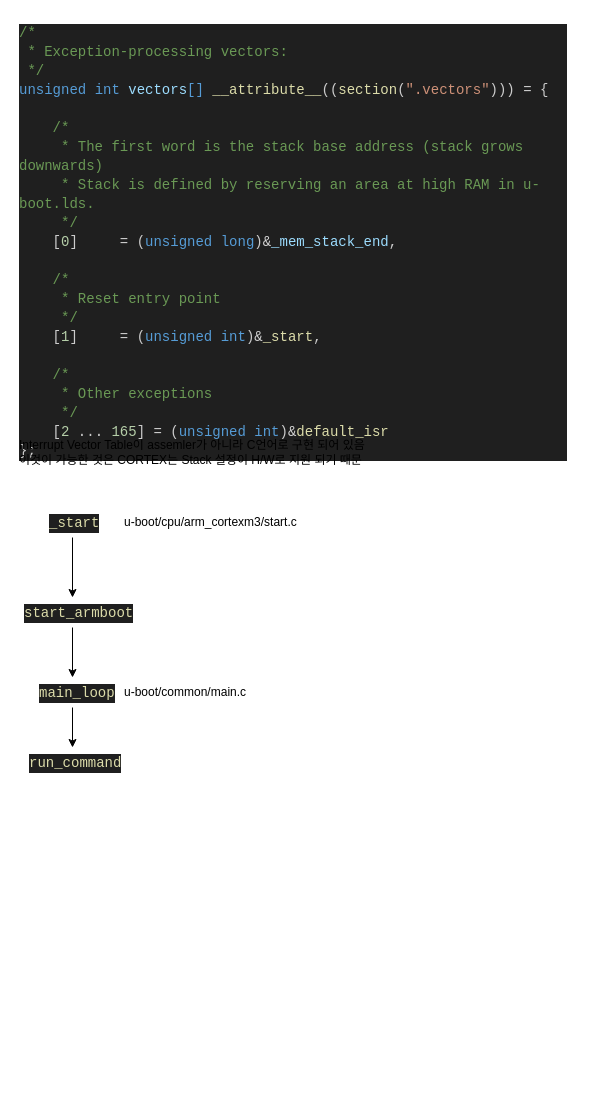
Before: u-boot source 분석.drawio in BongSeok/STM32_LINUX, a draw.io diagram. Source tidied: cells renumbered, new cells numbered last; positions are measured from the earlier drawing's top-left corner, leaving out a move shared by most shapes. Both pictures are drawn from the tidied source at 100%, with x=0, y=0 at pixel (17, 17).
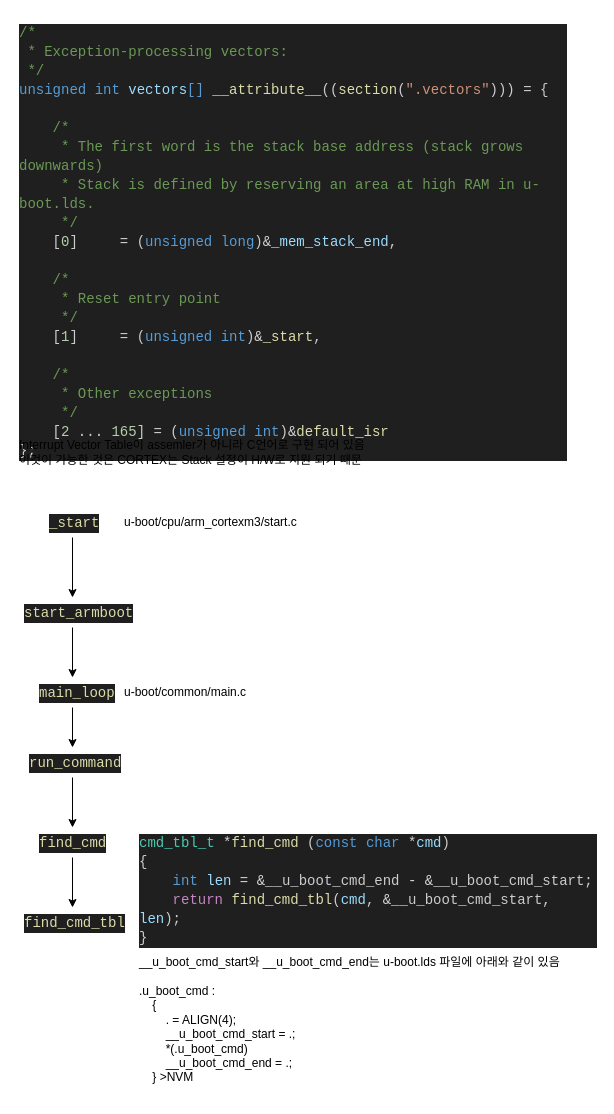
After the change.

Commit message:
u-boot source 분석.drawio 업데이트

The edit, as a diff of the source:
```diff
@@
 <mxGraphModel>
   <root>
     <mxCell id="0" />
     <mxCell id="1" parent="0" />
     <mxCell id="2" value="u-boot/cpu/arm_cortexm3/start.c" style="text;html=1;strokeColor=none;fillColor=none;align=left;verticalAlign=middle;whiteSpace=wrap;rounded=0;" parent="1" vertex="1">
       <mxGeometry x="105" y="490" width="190" height="30" as="geometry" />
     </mxCell>
     <mxCell id="3" value="&lt;div style=&quot;color: rgb(204, 204, 204); background-color: rgb(31, 31, 31); font-family: Consolas, &amp;quot;Courier New&amp;quot;, monospace; font-weight: normal; font-size: 14px; line-height: 19px;&quot;&gt;&lt;div&gt;&lt;span style=&quot;color: #6a9955;&quot;&gt;/*&lt;/span&gt;&lt;/div&gt;&lt;div&gt;&lt;span style=&quot;color: #6a9955;&quot;&gt;&amp;nbsp;* Exception-processing vectors:&lt;/span&gt;&lt;/div&gt;&lt;div&gt;&lt;span style=&quot;color: #6a9955;&quot;&gt;&amp;nbsp;*/&lt;/span&gt;&lt;/div&gt;&lt;div&gt;&lt;span style=&quot;color: #569cd6;&quot;&gt;unsigned&lt;/span&gt;&lt;span style=&quot;color: #cccccc;&quot;&gt; &lt;/span&gt;&lt;span style=&quot;color: #569cd6;&quot;&gt;int&lt;/span&gt;&lt;span style=&quot;color: #cccccc;&quot;&gt; &lt;/span&gt;&lt;span style=&quot;color: #9cdcfe;&quot;&gt;vectors&lt;/span&gt;&lt;span style=&quot;color: #569cd6;&quot;&gt;[]&lt;/span&gt;&lt;span style=&quot;color: #cccccc;&quot;&gt; &lt;/span&gt;&lt;span style=&quot;color: #dcdcaa;&quot;&gt;__attribute__&lt;/span&gt;&lt;span style=&quot;color: #cccccc;&quot;&gt;((&lt;/span&gt;&lt;span style=&quot;color: #dcdcaa;&quot;&gt;section&lt;/span&gt;&lt;span style=&quot;color: #cccccc;&quot;&gt;(&lt;/span&gt;&lt;span style=&quot;color: #ce9178;&quot;&gt;&quot;.vectors&quot;&lt;/span&gt;&lt;span style=&quot;color: #cccccc;&quot;&gt;))) &lt;/span&gt;&lt;span style=&quot;color: #d4d4d4;&quot;&gt;=&lt;/span&gt;&lt;span style=&quot;color: #cccccc;&quot;&gt; {&lt;/span&gt;&lt;/div&gt;&lt;br&gt;&lt;div&gt;&lt;span style=&quot;color: #6a9955;&quot;&gt;&amp;nbsp; &amp;nbsp; /*&lt;/span&gt;&lt;/div&gt;&lt;div&gt;&lt;span style=&quot;color: #6a9955;&quot;&gt;&amp;nbsp; &amp;nbsp; &amp;nbsp;* The first word is the stack base address (stack grows downwards)&lt;/span&gt;&lt;/div&gt;&lt;div&gt;&lt;span style=&quot;color: #6a9955;&quot;&gt;&amp;nbsp; &amp;nbsp; &amp;nbsp;* Stack is defined by reserving an area at high RAM in u-boot.lds.&lt;/span&gt;&lt;/div&gt;&lt;div&gt;&lt;span style=&quot;color: #6a9955;&quot;&gt;&amp;nbsp; &amp;nbsp; &amp;nbsp;*/&lt;/span&gt;&lt;/div&gt;&lt;div&gt;&lt;span style=&quot;color: #cccccc;&quot;&gt;&amp;nbsp; &amp;nbsp; [&lt;/span&gt;&lt;span style=&quot;color: #b5cea8;&quot;&gt;0&lt;/span&gt;&lt;span style=&quot;color: #cccccc;&quot;&gt;] &amp;nbsp; &amp;nbsp; &lt;/span&gt;&lt;span style=&quot;color: #d4d4d4;&quot;&gt;=&lt;/span&gt;&lt;span style=&quot;color: #cccccc;&quot;&gt; (&lt;/span&gt;&lt;span style=&quot;color: #569cd6;&quot;&gt;unsigned&lt;/span&gt;&lt;span style=&quot;color: #cccccc;&quot;&gt; &lt;/span&gt;&lt;span style=&quot;color: #569cd6;&quot;&gt;long&lt;/span&gt;&lt;span style=&quot;color: #cccccc;&quot;&gt;)&lt;/span&gt;&lt;span style=&quot;color: #d4d4d4;&quot;&gt;&amp;amp;&lt;/span&gt;&lt;span style=&quot;color: #9cdcfe;&quot;&gt;_mem_stack_end&lt;/span&gt;&lt;span style=&quot;color: #cccccc;&quot;&gt;,&lt;/span&gt;&lt;/div&gt;&lt;br&gt;&lt;div&gt;&lt;span style=&quot;color: #6a9955;&quot;&gt;&amp;nbsp; &amp;nbsp; /*&lt;/span&gt;&lt;/div&gt;&lt;div&gt;&lt;span style=&quot;color: #6a9955;&quot;&gt;&amp;nbsp; &amp;nbsp; &amp;nbsp;* Reset entry point&lt;/span&gt;&lt;/div&gt;&lt;div&gt;&lt;span style=&quot;color: #6a9955;&quot;&gt;&amp;nbsp; &amp;nbsp; &amp;nbsp;*/&lt;/span&gt;&lt;/div&gt;&lt;div&gt;&lt;span style=&quot;color: #cccccc;&quot;&gt;&amp;nbsp; &amp;nbsp; [&lt;/span&gt;&lt;span style=&quot;color: #b5cea8;&quot;&gt;1&lt;/span&gt;&lt;span style=&quot;color: #cccccc;&quot;&gt;] &amp;nbsp; &amp;nbsp; &lt;/span&gt;&lt;span style=&quot;color: #d4d4d4;&quot;&gt;=&lt;/span&gt;&lt;span style=&quot;color: #cccccc;&quot;&gt; (&lt;/span&gt;&lt;span style=&quot;color: #569cd6;&quot;&gt;unsigned&lt;/span&gt;&lt;span style=&quot;color: #cccccc;&quot;&gt; &lt;/span&gt;&lt;span style=&quot;color: #569cd6;&quot;&gt;int&lt;/span&gt;&lt;span style=&quot;color: #cccccc;&quot;&gt;)&lt;/span&gt;&lt;span style=&quot;color: #d4d4d4;&quot;&gt;&amp;amp;&lt;/span&gt;&lt;span style=&quot;color: #dcdcaa;&quot;&gt;_start&lt;/span&gt;&lt;span style=&quot;color: #cccccc;&quot;&gt;,&lt;/span&gt;&lt;/div&gt;&lt;br&gt;&lt;div&gt;&lt;span style=&quot;color: #6a9955;&quot;&gt;&amp;nbsp; &amp;nbsp; /*&lt;/span&gt;&lt;/div&gt;&lt;div&gt;&lt;span style=&quot;color: #6a9955;&quot;&gt;&amp;nbsp; &amp;nbsp; &amp;nbsp;* Other exceptions&lt;/span&gt;&lt;/div&gt;&lt;div&gt;&lt;span style=&quot;color: #6a9955;&quot;&gt;&amp;nbsp; &amp;nbsp; &amp;nbsp;*/&lt;/span&gt;&lt;/div&gt;&lt;div&gt;&lt;span style=&quot;color: #cccccc;&quot;&gt;&amp;nbsp; &amp;nbsp; [&lt;/span&gt;&lt;span style=&quot;color: #b5cea8;&quot;&gt;2&lt;/span&gt;&lt;span style=&quot;color: #cccccc;&quot;&gt; ... &lt;/span&gt;&lt;span style=&quot;color: #b5cea8;&quot;&gt;165&lt;/span&gt;&lt;span style=&quot;color: #cccccc;&quot;&gt;] &lt;/span&gt;&lt;span style=&quot;color: #d4d4d4;&quot;&gt;=&lt;/span&gt;&lt;span style=&quot;color: #cccccc;&quot;&gt; (&lt;/span&gt;&lt;span style=&quot;color: #569cd6;&quot;&gt;unsigned&lt;/span&gt;&lt;span style=&quot;color: #cccccc;&quot;&gt; &lt;/span&gt;&lt;span style=&quot;color: #569cd6;&quot;&gt;int&lt;/span&gt;&lt;span style=&quot;color: #cccccc;&quot;&gt;)&lt;/span&gt;&lt;span style=&quot;color: #d4d4d4;&quot;&gt;&amp;amp;&lt;/span&gt;&lt;span style=&quot;color: #dcdcaa;&quot;&gt;default_isr&lt;/span&gt;&lt;/div&gt;&lt;div&gt;&lt;span style=&quot;color: #cccccc;&quot;&gt;};&lt;/span&gt;&lt;/div&gt;&lt;/div&gt;" style="text;whiteSpace=wrap;html=1;" parent="1" vertex="1">
       <mxGeometry width="550" height="410" as="geometry" />
     </mxCell>
     <mxCell id="4" value="Interrupt Vector Table이 assemler가 아니라 C언어로 구현 되어 있음&lt;br&gt;이것이 가능한 것은 CORTEX는 Stack 설정이 H/W로 지원 되기 때문&amp;nbsp;" style="text;html=1;strokeColor=none;fillColor=none;align=left;verticalAlign=middle;whiteSpace=wrap;rounded=0;" parent="1" vertex="1">
       <mxGeometry y="420" width="380" height="30" as="geometry" />
     </mxCell>
     <mxCell id="5" style="edgeStyle=orthogonalEdgeStyle;rounded=0;jettySize=auto;html=1;exitX=0.5;exitY=1;exitDx=0;exitDy=0;" parent="1" edge="1" source="6" target="8">
       <mxGeometry relative="1" as="geometry" />
     </mxCell>
     <mxCell id="6" value="&lt;div style=&quot;color: rgb(204, 204, 204); background-color: rgb(31, 31, 31); font-family: Consolas, &amp;quot;Courier New&amp;quot;, monospace; font-weight: normal; font-size: 14px; line-height: 19px;&quot;&gt;&lt;div&gt;&lt;span style=&quot;color: #dcdcaa;&quot;&gt;_start&lt;/span&gt;&lt;/div&gt;&lt;/div&gt;" style="text;whiteSpace=wrap;html=1;" parent="1" vertex="1">
       <mxGeometry x="30" y="490" width="50" height="30" as="geometry" />
     </mxCell>
     <mxCell id="7" style="edgeStyle=orthogonalEdgeStyle;rounded=0;jettySize=auto;html=1;exitX=0.5;exitY=1;exitDx=0;exitDy=0;entryX=0.5;entryY=0;entryDx=0;entryDy=0;" parent="1" edge="1" source="8" target="10">
       <mxGeometry relative="1" as="geometry" />
     </mxCell>
     <mxCell id="8" value="&lt;div style=&quot;color: rgb(204, 204, 204); background-color: rgb(31, 31, 31); font-family: Consolas, &amp;quot;Courier New&amp;quot;, monospace; font-weight: normal; font-size: 14px; line-height: 19px;&quot;&gt;&lt;div&gt;&lt;span style=&quot;color: #dcdcaa;&quot;&gt;start_armboot&lt;/span&gt;&lt;/div&gt;&lt;/div&gt;" style="text;whiteSpace=wrap;html=1;" parent="1" vertex="1">
       <mxGeometry x="5" y="580" width="100" height="30" as="geometry" />
     </mxCell>
     <mxCell id="9" style="edgeStyle=orthogonalEdgeStyle;rounded=0;jettySize=auto;html=1;exitX=0.5;exitY=1;exitDx=0;exitDy=0;entryX=0.5;entryY=0;entryDx=0;entryDy=0;" parent="1" edge="1" source="10" target="12">
       <mxGeometry relative="1" as="geometry" />
     </mxCell>
     <mxCell id="10" value="&lt;div style=&quot;color: rgb(204, 204, 204); background-color: rgb(31, 31, 31); font-family: Consolas, &amp;quot;Courier New&amp;quot;, monospace; font-weight: normal; font-size: 14px; line-height: 19px;&quot;&gt;&lt;div&gt;&lt;span style=&quot;color: #dcdcaa;&quot;&gt;main_loop&lt;/span&gt;&lt;/div&gt;&lt;/div&gt;" style="text;whiteSpace=wrap;html=1;" parent="1" vertex="1">
       <mxGeometry x="20" y="660" width="70" height="30" as="geometry" />
     </mxCell>
     <mxCell id="11" value="u-boot/common/main.c" style="text;html=1;strokeColor=none;fillColor=none;align=left;verticalAlign=middle;whiteSpace=wrap;rounded=0;" parent="1" vertex="1">
       <mxGeometry x="105" y="660" width="140" height="30" as="geometry" />
     </mxCell>
+    <mxCell id="13" style="edgeStyle=orthogonalEdgeStyle;rounded=0;jettySize=auto;html=1;exitX=0.5;exitY=1;exitDx=0;exitDy=0;entryX=0.5;entryY=0;entryDx=0;entryDy=0;" parent="1" edge="1" source="12" target="15">
+      <mxGeometry relative="1" as="geometry" />
+    </mxCell>
     <mxCell id="12" value="&lt;div style=&quot;color: rgb(204, 204, 204); background-color: rgb(31, 31, 31); font-family: Consolas, &amp;quot;Courier New&amp;quot;, monospace; font-weight: normal; font-size: 14px; line-height: 19px;&quot;&gt;&lt;div&gt;&lt;span style=&quot;color: #dcdcaa;&quot;&gt;run_command&lt;/span&gt;&lt;/div&gt;&lt;/div&gt;" style="text;whiteSpace=wrap;html=1;" parent="1" vertex="1">
       <mxGeometry x="10" y="730" width="90" height="30" as="geometry" />
     </mxCell>
+    <mxCell id="14" style="edgeStyle=orthogonalEdgeStyle;rounded=0;jettySize=auto;html=1;exitX=0.5;exitY=1;exitDx=0;exitDy=0;entryX=0.5;entryY=0;entryDx=0;entryDy=0;" parent="1" edge="1" source="15" target="16">
+      <mxGeometry relative="1" as="geometry" />
+    </mxCell>
+    <mxCell id="15" value="&lt;div style=&quot;color: rgb(204, 204, 204); background-color: rgb(31, 31, 31); font-family: Consolas, &amp;quot;Courier New&amp;quot;, monospace; font-weight: normal; font-size: 14px; line-height: 19px;&quot;&gt;&lt;div&gt;&lt;span style=&quot;color: #dcdcaa;&quot;&gt;find_cmd&lt;/span&gt;&lt;/div&gt;&lt;/div&gt;" style="text;whiteSpace=wrap;html=1;" parent="1" vertex="1">
+      <mxGeometry x="20" y="810" width="70" height="30" as="geometry" />
+    </mxCell>
+    <mxCell id="16" value="&lt;div style=&quot;color: rgb(204, 204, 204); background-color: rgb(31, 31, 31); font-family: Consolas, &amp;quot;Courier New&amp;quot;, monospace; font-weight: normal; font-size: 14px; line-height: 19px;&quot;&gt;&lt;div&gt;&lt;span style=&quot;color: #dcdcaa;&quot;&gt;find_cmd_tbl&lt;/span&gt;&lt;/div&gt;&lt;/div&gt;" style="text;whiteSpace=wrap;html=1;" parent="1" vertex="1">
+      <mxGeometry x="5" y="890" width="100" height="30" as="geometry" />
+    </mxCell>
+    <mxCell id="17" value="&lt;div style=&quot;color: rgb(204, 204, 204); background-color: rgb(31, 31, 31); font-family: Consolas, &amp;quot;Courier New&amp;quot;, monospace; font-weight: normal; font-size: 14px; line-height: 19px;&quot;&gt;&lt;div&gt;&lt;span style=&quot;color: #4ec9b0;&quot;&gt;cmd_tbl_t&lt;/span&gt;&lt;span style=&quot;color: #cccccc;&quot;&gt; &lt;/span&gt;&lt;span style=&quot;color: #d4d4d4;&quot;&gt;*&lt;/span&gt;&lt;span style=&quot;color: #dcdcaa;&quot;&gt;find_cmd&lt;/span&gt;&lt;span style=&quot;color: #cccccc;&quot;&gt; (&lt;/span&gt;&lt;span style=&quot;color: #569cd6;&quot;&gt;const&lt;/span&gt;&lt;span style=&quot;color: #cccccc;&quot;&gt; &lt;/span&gt;&lt;span style=&quot;color: #569cd6;&quot;&gt;char&lt;/span&gt;&lt;span style=&quot;color: #cccccc;&quot;&gt; &lt;/span&gt;&lt;span style=&quot;color: #d4d4d4;&quot;&gt;*&lt;/span&gt;&lt;span style=&quot;color: #9cdcfe;&quot;&gt;cmd&lt;/span&gt;&lt;span style=&quot;color: #cccccc;&quot;&gt;)&lt;/span&gt;&lt;/div&gt;&lt;div&gt;&lt;span style=&quot;color: #cccccc;&quot;&gt;{&lt;/span&gt;&lt;/div&gt;&lt;div&gt;&lt;span style=&quot;color: #cccccc;&quot;&gt;&amp;nbsp; &amp;nbsp; &lt;/span&gt;&lt;span style=&quot;color: #569cd6;&quot;&gt;int&lt;/span&gt;&lt;span style=&quot;color: #cccccc;&quot;&gt; &lt;/span&gt;&lt;span style=&quot;color: #9cdcfe;&quot;&gt;len&lt;/span&gt;&lt;span style=&quot;color: #cccccc;&quot;&gt; &lt;/span&gt;&lt;span style=&quot;color: #d4d4d4;&quot;&gt;=&lt;/span&gt;&lt;span style=&quot;color: #cccccc;&quot;&gt; &lt;/span&gt;&lt;span style=&quot;color: #d4d4d4;&quot;&gt;&amp;amp;&lt;/span&gt;&lt;span style=&quot;color: #cccccc;&quot;&gt;__u_boot_cmd_end &lt;/span&gt;&lt;span style=&quot;color: #d4d4d4;&quot;&gt;-&lt;/span&gt;&lt;span style=&quot;color: #cccccc;&quot;&gt; &lt;/span&gt;&lt;span style=&quot;color: #d4d4d4;&quot;&gt;&amp;amp;&lt;/span&gt;&lt;span style=&quot;color: #cccccc;&quot;&gt;__u_boot_cmd_start;&lt;/span&gt;&lt;/div&gt;&lt;div&gt;&lt;span style=&quot;color: #cccccc;&quot;&gt;&amp;nbsp; &amp;nbsp; &lt;/span&gt;&lt;span style=&quot;color: #c586c0;&quot;&gt;return&lt;/span&gt;&lt;span style=&quot;color: #cccccc;&quot;&gt; &lt;/span&gt;&lt;span style=&quot;color: #dcdcaa;&quot;&gt;find_cmd_tbl&lt;/span&gt;&lt;span style=&quot;color: #cccccc;&quot;&gt;(&lt;/span&gt;&lt;span style=&quot;color: #9cdcfe;&quot;&gt;cmd&lt;/span&gt;&lt;span style=&quot;color: #cccccc;&quot;&gt;, &lt;/span&gt;&lt;span style=&quot;color: #d4d4d4;&quot;&gt;&amp;amp;&lt;/span&gt;&lt;span style=&quot;color: #cccccc;&quot;&gt;__u_boot_cmd_start, &lt;/span&gt;&lt;span style=&quot;color: #9cdcfe;&quot;&gt;len&lt;/span&gt;&lt;span style=&quot;color: #cccccc;&quot;&gt;);&lt;/span&gt;&lt;/div&gt;&lt;div&gt;&lt;span style=&quot;color: #cccccc;&quot;&gt;}&lt;/span&gt;&lt;/div&gt;&lt;/div&gt;" style="text;whiteSpace=wrap;html=1;" parent="1" vertex="1">
+      <mxGeometry x="120" y="810" width="460" height="120" as="geometry" />
+    </mxCell>
+    <mxCell id="18" value=".u_boot_cmd :&#10;    {&#10;        . = ALIGN(4);&#10;        __u_boot_cmd_start = .;&#10;        *(.u_boot_cmd)&#10;        __u_boot_cmd_end = .;&#10;    } &gt;NVM" style="text;whiteSpace=wrap;" parent="1" vertex="1">
+      <mxGeometry x="120" y="960" width="180" height="120" as="geometry" />
+    </mxCell>
+    <mxCell id="19" value="__u_boot_cmd_start와 __u_boot_cmd_end는&amp;nbsp;u-boot.lds 파일에 아래와 같이 있음" style="text;html=1;strokeColor=none;fillColor=none;align=left;verticalAlign=middle;whiteSpace=wrap;rounded=0;" parent="1" vertex="1">
+      <mxGeometry x="120" y="930" width="450" height="30" as="geometry" />
+    </mxCell>
   </root>
 </mxGraphModel>
```
